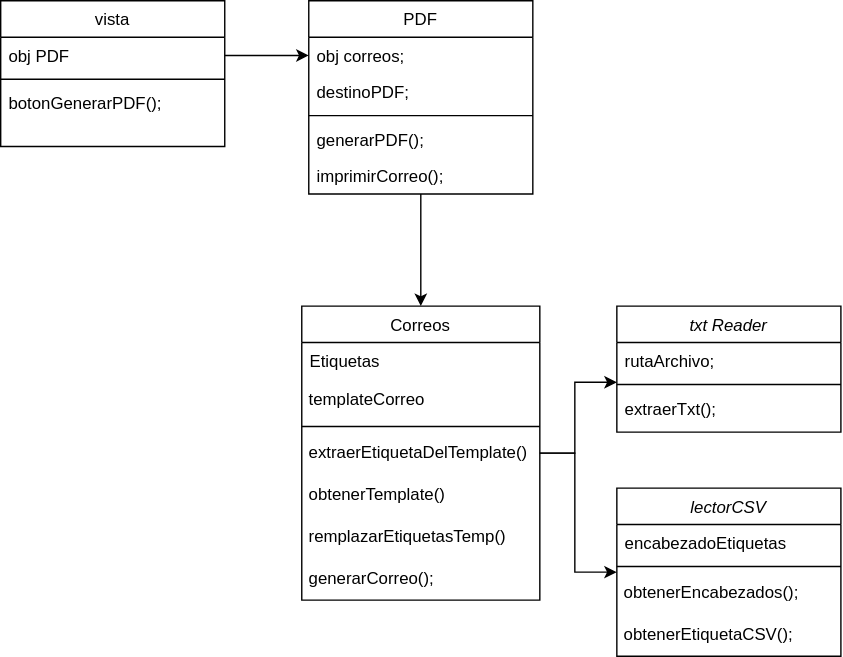
Earlier version of the draw.io export Documentación/Diagrama de clases.svg (MCabbel/PDF-Generator-Arqui). Source tidied: cells renumbered, new cells last; positions are measured from the earlier drawing's top-left corner, leaving out a move shared by most shapes. Its diagram source:
```xml
<mxGraphModel>
  <root>
    <mxCell id="0" />
    <mxCell id="1" parent="0" />
    <mxCell id="2" value="txt Reader" style="swimlane;fontStyle=2;align=center;verticalAlign=top;horizontal=1;startSize=26;rounded=0;shadow=0;strokeWidth=1;" parent="1" vertex="1">
      <mxGeometry x="440" y="218" width="160" height="90" as="geometry" />
    </mxCell>
    <mxCell id="3" value="rutaArchivo;" style="text;align=left;verticalAlign=top;spacingLeft=4;spacingRight=4;overflow=hidden;points=[[0,0.5],[1,0.5]];portConstraint=eastwest;" parent="2" vertex="1">
      <mxGeometry y="26" width="160" height="26" as="geometry" />
    </mxCell>
    <mxCell id="4" style="line;html=1;strokeWidth=1;align=left;verticalAlign=middle;spacingTop=-1;spacingLeft=3;spacingRight=3;labelPosition=right;" parent="2" vertex="1">
      <mxGeometry y="52" width="160" height="8" as="geometry" />
    </mxCell>
    <mxCell id="5" value="extraerTxt();" style="text;align=left;verticalAlign=top;spacingLeft=4;spacingRight=4;overflow=hidden;" parent="2" vertex="1">
      <mxGeometry y="60" width="160" height="26" as="geometry" />
    </mxCell>
    <mxCell id="6" style="edgeStyle=orthogonalEdgeStyle;rounded=0;jettySize=auto;html=1;" parent="1" edge="1" source="7" target="13">
      <mxGeometry relative="1" as="geometry" />
    </mxCell>
    <mxCell id="7" value="PDF" style="swimlane;fontStyle=0;align=center;verticalAlign=top;horizontal=1;startSize=26;rounded=0;shadow=0;strokeWidth=1;" parent="1" vertex="1">
      <mxGeometry x="220" width="160" height="138" as="geometry" />
    </mxCell>
    <mxCell id="8" value="obj correos;" style="text;align=left;verticalAlign=top;spacingLeft=4;spacingRight=4;overflow=hidden;points=[[0,0.5],[1,0.5]];portConstraint=eastwest;" parent="7" vertex="1">
      <mxGeometry y="26" width="160" height="26" as="geometry" />
    </mxCell>
    <mxCell id="9" value="destinoPDF;" style="text;align=left;verticalAlign=top;spacingLeft=4;spacingRight=4;overflow=hidden;rounded=0;shadow=0;html=0;" parent="7" vertex="1">
      <mxGeometry y="52" width="160" height="26" as="geometry" />
    </mxCell>
    <mxCell id="10" style="line;html=1;strokeWidth=1;align=left;verticalAlign=middle;spacingTop=-1;spacingLeft=3;spacingRight=3;labelPosition=right;" parent="7" vertex="1">
      <mxGeometry y="78" width="160" height="8" as="geometry" />
    </mxCell>
    <mxCell id="11" value="generarPDF();" style="text;align=left;verticalAlign=top;spacingLeft=4;spacingRight=4;overflow=hidden;fontStyle=0;" parent="7" vertex="1">
      <mxGeometry y="86" width="160" height="26" as="geometry" />
    </mxCell>
    <mxCell id="12" value="imprimirCorreo();&#10;" style="text;align=left;verticalAlign=top;spacingLeft=4;spacingRight=4;overflow=hidden;" parent="7" vertex="1">
      <mxGeometry y="112" width="160" height="26" as="geometry" />
    </mxCell>
    <mxCell id="13" value="Correos" style="swimlane;fontStyle=0;align=center;verticalAlign=top;horizontal=1;startSize=26;rounded=0;shadow=0;strokeWidth=1;" parent="1" vertex="1">
      <mxGeometry x="215" y="218" width="170" height="210" as="geometry" />
    </mxCell>
    <mxCell id="14" value="Etiquetas" style="text;align=left;verticalAlign=top;spacingLeft=4;spacingRight=4;overflow=hidden;" parent="13" vertex="1">
      <mxGeometry y="26" width="170" height="26" as="geometry" />
    </mxCell>
    <mxCell id="15" value="&amp;nbsp;templateCorreo" style="text;html=1;align=left;verticalAlign=middle;whiteSpace=wrap;rounded=0;" parent="13" vertex="1">
      <mxGeometry y="52" width="170" height="30" as="geometry" />
    </mxCell>
    <mxCell id="16" style="line;html=1;strokeWidth=1;align=left;verticalAlign=middle;spacingTop=-1;spacingLeft=3;spacingRight=3;labelPosition=right;" parent="13" vertex="1">
      <mxGeometry y="82" width="170" height="8" as="geometry" />
    </mxCell>
    <mxCell id="17" value="&amp;nbsp;extraerEtiquetaDelTemplate()" style="text;html=1;align=left;verticalAlign=middle;whiteSpace=wrap;rounded=0;" parent="13" vertex="1">
      <mxGeometry y="90" width="170" height="30" as="geometry" />
    </mxCell>
    <mxCell id="18" value="&amp;nbsp;obtenerTemplate()" style="text;html=1;align=left;verticalAlign=middle;whiteSpace=wrap;rounded=0;" parent="13" vertex="1">
      <mxGeometry y="120" width="170" height="30" as="geometry" />
    </mxCell>
    <mxCell id="19" value="&amp;nbsp;remplazarEtiquetasTemp()" style="text;html=1;align=left;verticalAlign=middle;whiteSpace=wrap;rounded=0;" parent="13" vertex="1">
      <mxGeometry y="150" width="170" height="30" as="geometry" />
    </mxCell>
    <mxCell id="20" value="&amp;nbsp;generarCorreo();" style="text;html=1;align=left;verticalAlign=middle;whiteSpace=wrap;rounded=0;" parent="13" vertex="1">
      <mxGeometry y="180" width="170" height="30" as="geometry" />
    </mxCell>
    <mxCell id="21" value="lectorCSV" style="swimlane;fontStyle=2;align=center;verticalAlign=top;horizontal=1;startSize=26;rounded=0;shadow=0;strokeWidth=1;" parent="1" vertex="1">
      <mxGeometry x="440" y="348" width="160" height="120" as="geometry" />
    </mxCell>
    <mxCell id="22" value="encabezadoEtiquetas" style="text;align=left;verticalAlign=top;spacingLeft=4;spacingRight=4;overflow=hidden;" parent="21" vertex="1">
      <mxGeometry y="26" width="160" height="26" as="geometry" />
    </mxCell>
    <mxCell id="23" style="line;html=1;strokeWidth=1;align=left;verticalAlign=middle;spacingTop=-1;spacingLeft=3;spacingRight=3;labelPosition=right;" parent="21" vertex="1">
      <mxGeometry y="52" width="160" height="8" as="geometry" />
    </mxCell>
    <mxCell id="24" value="&amp;nbsp;obtenerEncabezados();" style="text;html=1;align=left;verticalAlign=middle;whiteSpace=wrap;rounded=0;" parent="21" vertex="1">
      <mxGeometry y="60" width="160" height="30" as="geometry" />
    </mxCell>
    <mxCell id="25" value="&amp;nbsp;obtenerEtiquetaCSV();" style="text;html=1;align=left;verticalAlign=middle;whiteSpace=wrap;rounded=0;" parent="21" vertex="1">
      <mxGeometry y="90" width="160" height="30" as="geometry" />
    </mxCell>
    <mxCell id="26" value="vista" style="swimlane;fontStyle=0;align=center;verticalAlign=top;horizontal=1;startSize=26;rounded=0;shadow=0;strokeWidth=1;" parent="1" vertex="1">
      <mxGeometry width="160" height="104" as="geometry" />
    </mxCell>
    <mxCell id="27" value="obj PDF" style="text;align=left;verticalAlign=top;spacingLeft=4;spacingRight=4;overflow=hidden;points=[[0,0.5],[1,0.5]];portConstraint=eastwest;" parent="26" vertex="1">
      <mxGeometry y="26" width="160" height="26" as="geometry" />
    </mxCell>
    <mxCell id="28" style="line;html=1;strokeWidth=1;align=left;verticalAlign=middle;spacingTop=-1;spacingLeft=3;spacingRight=3;labelPosition=right;" parent="26" vertex="1">
      <mxGeometry y="52" width="160" height="8" as="geometry" />
    </mxCell>
    <mxCell id="29" value="botonGenerarPDF();" style="text;align=left;verticalAlign=top;spacingLeft=4;spacingRight=4;overflow=hidden;fontStyle=0;" parent="26" vertex="1">
      <mxGeometry y="60" width="160" height="26" as="geometry" />
    </mxCell>
    <mxCell id="30" style="edgeStyle=orthogonalEdgeStyle;rounded=0;jettySize=auto;html=1;entryX=0;entryY=0.5;entryDx=0;entryDy=0;" parent="1" edge="1" source="27" target="8">
      <mxGeometry relative="1" as="geometry" />
    </mxCell>
    <mxCell id="31" style="edgeStyle=orthogonalEdgeStyle;rounded=0;jettySize=auto;html=1;entryX=0;entryY=1.093;entryDx=0;entryDy=0;entryPerimeter=0;" parent="1" edge="1" source="13" target="3">
      <mxGeometry relative="1" as="geometry">
        <Array as="points">
          <mxPoint x="410" y="323" />
          <mxPoint x="410" y="272" />
        </Array>
      </mxGeometry>
    </mxCell>
    <mxCell id="32" style="edgeStyle=orthogonalEdgeStyle;rounded=0;jettySize=auto;html=1;" parent="1" edge="1" source="17">
      <mxGeometry relative="1" as="geometry">
        <mxPoint x="440" y="408" as="targetPoint" />
        <Array as="points">
          <mxPoint x="410" y="323" />
          <mxPoint x="410" y="408" />
        </Array>
      </mxGeometry>
    </mxCell>
  </root>
</mxGraphModel>
```
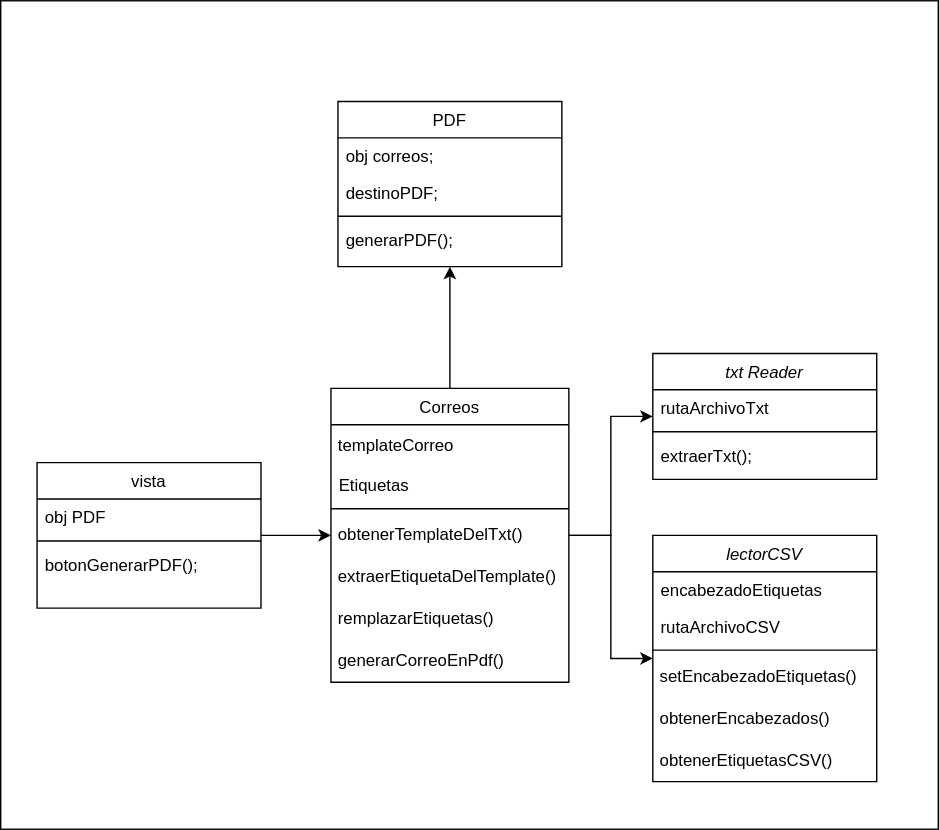
After the change.

Commit message:
Actualización de diagrama de clases (lectorCSV)

Se hiceron cambios en el diagrama de clases, agregando funciones a lectorCSV, al igual que se modificaron  algunas conexiones.

What changed in the source:
```diff
@@ -2,10 +2,13 @@
   <root>
     <mxCell id="0" />
     <mxCell id="1" parent="0" />
+    <mxCell id="33" style="rounded=0;whiteSpace=wrap;html=1;" parent="1" vertex="1">
+      <mxGeometry x="-26" y="-34" width="670" height="592" as="geometry" />
+    </mxCell>
     <mxCell id="2" value="txt Reader" style="swimlane;fontStyle=2;align=center;verticalAlign=top;horizontal=1;startSize=26;rounded=0;shadow=0;strokeWidth=1;" parent="1" vertex="1">
       <mxGeometry x="440" y="218" width="160" height="90" as="geometry" />
     </mxCell>
-    <mxCell id="3" value="rutaArchivo;" style="text;align=left;verticalAlign=top;spacingLeft=4;spacingRight=4;overflow=hidden;points=[[0,0.5],[1,0.5]];portConstraint=eastwest;" parent="2" vertex="1">
+    <mxCell id="3" value="rutaArchivoTxt" style="text;align=left;verticalAlign=top;spacingLeft=4;spacingRight=4;overflow=hidden;points=[[0,0.5],[1,0.5]];portConstraint=eastwest;" parent="2" vertex="1">
       <mxGeometry y="26" width="160" height="26" as="geometry" />
     </mxCell>
     <mxCell id="4" style="line;html=1;strokeWidth=1;align=left;verticalAlign=middle;spacingTop=-1;spacingLeft=3;spacingRight=3;labelPosition=right;" parent="2" vertex="1">
@@ -14,11 +17,8 @@
     <mxCell id="5" value="extraerTxt();" style="text;align=left;verticalAlign=top;spacingLeft=4;spacingRight=4;overflow=hidden;" parent="2" vertex="1">
       <mxGeometry y="60" width="160" height="26" as="geometry" />
     </mxCell>
-    <mxCell id="6" style="edgeStyle=orthogonalEdgeStyle;rounded=0;jettySize=auto;html=1;" parent="1" edge="1" source="7" target="13">
-      <mxGeometry relative="1" as="geometry" />
-    </mxCell>
     <mxCell id="7" value="PDF" style="swimlane;fontStyle=0;align=center;verticalAlign=top;horizontal=1;startSize=26;rounded=0;shadow=0;strokeWidth=1;" parent="1" vertex="1">
-      <mxGeometry x="220" width="160" height="138" as="geometry" />
+      <mxGeometry x="215" y="38" width="160" height="118" as="geometry" />
     </mxCell>
     <mxCell id="8" value="obj correos;" style="text;align=left;verticalAlign=top;spacingLeft=4;spacingRight=4;overflow=hidden;points=[[0,0.5],[1,0.5]];portConstraint=eastwest;" parent="7" vertex="1">
       <mxGeometry y="26" width="160" height="26" as="geometry" />
@@ -32,50 +32,65 @@
     <mxCell id="11" value="generarPDF();" style="text;align=left;verticalAlign=top;spacingLeft=4;spacingRight=4;overflow=hidden;fontStyle=0;" parent="7" vertex="1">
       <mxGeometry y="86" width="160" height="26" as="geometry" />
     </mxCell>
-    <mxCell id="12" value="imprimirCorreo();&#10;" style="text;align=left;verticalAlign=top;spacingLeft=4;spacingRight=4;overflow=hidden;" parent="7" vertex="1">
-      <mxGeometry y="112" width="160" height="26" as="geometry" />
-    </mxCell>
+    <mxCell id="34" style="edgeStyle=orthogonalEdgeStyle;rounded=0;jettySize=auto;html=1;" parent="1" edge="1" source="13" target="7">
+      <mxGeometry relative="1" as="geometry" />
+    </mxCell>
+    <mxCell id="35" style="edgeStyle=orthogonalEdgeStyle;rounded=0;jettySize=auto;html=1;" parent="1" edge="1" source="13" target="21">
+      <mxGeometry relative="1" as="geometry" />
+    </mxCell>
+    <mxCell id="36" style="edgeStyle=orthogonalEdgeStyle;rounded=0;jettySize=auto;html=1;" parent="1" edge="1" source="13" target="2">
+      <mxGeometry relative="1" as="geometry" />
+    </mxCell>
     <mxCell id="13" value="Correos" style="swimlane;fontStyle=0;align=center;verticalAlign=top;horizontal=1;startSize=26;rounded=0;shadow=0;strokeWidth=1;" parent="1" vertex="1">
-      <mxGeometry x="215" y="218" width="170" height="210" as="geometry" />
+      <mxGeometry x="210" y="243" width="170" height="210" as="geometry" />
     </mxCell>
+    <mxCell id="15" value="&amp;nbsp;templateCorreo" style="text;html=1;align=left;verticalAlign=middle;whiteSpace=wrap;rounded=0;" parent="13" vertex="1">
+      <mxGeometry y="26" width="170" height="30" as="geometry" />
+    </mxCell>
     <mxCell id="14" value="Etiquetas" style="text;align=left;verticalAlign=top;spacingLeft=4;spacingRight=4;overflow=hidden;" parent="13" vertex="1">
-      <mxGeometry y="26" width="170" height="26" as="geometry" />
+      <mxGeometry y="56" width="170" height="26" as="geometry" />
     </mxCell>
-    <mxCell id="15" value="&amp;nbsp;templateCorreo" style="text;html=1;align=left;verticalAlign=middle;whiteSpace=wrap;rounded=0;" parent="13" vertex="1">
-      <mxGeometry y="52" width="170" height="30" as="geometry" />
-    </mxCell>
     <mxCell id="16" style="line;html=1;strokeWidth=1;align=left;verticalAlign=middle;spacingTop=-1;spacingLeft=3;spacingRight=3;labelPosition=right;" parent="13" vertex="1">
       <mxGeometry y="82" width="170" height="8" as="geometry" />
     </mxCell>
+    <mxCell id="18" value="&amp;nbsp;obtenerTemplateDelTxt()" style="text;html=1;align=left;verticalAlign=middle;whiteSpace=wrap;rounded=0;" parent="13" vertex="1">
+      <mxGeometry y="90" width="170" height="30" as="geometry" />
+    </mxCell>
     <mxCell id="17" value="&amp;nbsp;extraerEtiquetaDelTemplate()" style="text;html=1;align=left;verticalAlign=middle;whiteSpace=wrap;rounded=0;" parent="13" vertex="1">
-      <mxGeometry y="90" width="170" height="30" as="geometry" />
+      <mxGeometry y="120" width="170" height="30" as="geometry" />
     </mxCell>
-    <mxCell id="18" value="&amp;nbsp;obtenerTemplate()" style="text;html=1;align=left;verticalAlign=middle;whiteSpace=wrap;rounded=0;" parent="13" vertex="1">
-      <mxGeometry y="120" width="170" height="30" as="geometry" />
-    </mxCell>
-    <mxCell id="19" value="&amp;nbsp;remplazarEtiquetasTemp()" style="text;html=1;align=left;verticalAlign=middle;whiteSpace=wrap;rounded=0;" parent="13" vertex="1">
-      <mxGeometry y="150" width="170" height="30" as="geometry" />
-    </mxCell>
+    <mxCell id="37" value="&amp;nbsp;remplazarEtiquetas()" style="text;html=1;align=left;verticalAlign=middle;whiteSpace=wrap;rounded=0;" parent="13" vertex="1">
+      <mxGeometry y="150" width="170" height="30" as="geometry" />
+    </mxCell>
-    <mxCell id="20" value="&amp;nbsp;generarCorreo();" style="text;html=1;align=left;verticalAlign=middle;whiteSpace=wrap;rounded=0;" parent="13" vertex="1">
+    <mxCell id="20" value="&amp;nbsp;generarCorreoEnPdf()" style="text;html=1;align=left;verticalAlign=middle;whiteSpace=wrap;rounded=0;" parent="13" vertex="1">
       <mxGeometry y="180" width="170" height="30" as="geometry" />
     </mxCell>
     <mxCell id="21" value="lectorCSV" style="swimlane;fontStyle=2;align=center;verticalAlign=top;horizontal=1;startSize=26;rounded=0;shadow=0;strokeWidth=1;" parent="1" vertex="1">
-      <mxGeometry x="440" y="348" width="160" height="120" as="geometry" />
+      <mxGeometry x="440" y="348" width="160" height="176" as="geometry" />
     </mxCell>
     <mxCell id="22" value="encabezadoEtiquetas" style="text;align=left;verticalAlign=top;spacingLeft=4;spacingRight=4;overflow=hidden;" parent="21" vertex="1">
       <mxGeometry y="26" width="160" height="26" as="geometry" />
     </mxCell>
+    <mxCell id="38" value="rutaArchivoCSV" style="text;align=left;verticalAlign=top;spacingLeft=4;spacingRight=4;overflow=hidden;" parent="21" vertex="1">
+      <mxGeometry y="52" width="160" height="26" as="geometry" />
+    </mxCell>
     <mxCell id="23" style="line;html=1;strokeWidth=1;align=left;verticalAlign=middle;spacingTop=-1;spacingLeft=3;spacingRight=3;labelPosition=right;" parent="21" vertex="1">
-      <mxGeometry y="52" width="160" height="8" as="geometry" />
+      <mxGeometry y="78" width="160" height="8" as="geometry" />
     </mxCell>
+    <mxCell id="39" value="&amp;nbsp;setEncabezadoEtiquetas()" style="text;html=1;align=left;verticalAlign=middle;whiteSpace=wrap;rounded=0;" parent="21" vertex="1">
+      <mxGeometry y="86" width="160" height="30" as="geometry" />
+    </mxCell>
-    <mxCell id="24" value="&amp;nbsp;obtenerEncabezados();" style="text;html=1;align=left;verticalAlign=middle;whiteSpace=wrap;rounded=0;" parent="21" vertex="1">
-      <mxGeometry y="60" width="160" height="30" as="geometry" />
+    <mxCell id="24" value="&amp;nbsp;obtenerEncabezados()" style="text;html=1;align=left;verticalAlign=middle;whiteSpace=wrap;rounded=0;" parent="21" vertex="1">
+      <mxGeometry y="116" width="160" height="30" as="geometry" />
     </mxCell>
-    <mxCell id="25" value="&amp;nbsp;obtenerEtiquetaCSV();" style="text;html=1;align=left;verticalAlign=middle;whiteSpace=wrap;rounded=0;" parent="21" vertex="1">
-      <mxGeometry y="90" width="160" height="30" as="geometry" />
+    <mxCell id="25" value="&amp;nbsp;obtenerEtiquetasCSV()" style="text;html=1;align=left;verticalAlign=middle;whiteSpace=wrap;rounded=0;" parent="21" vertex="1">
+      <mxGeometry y="146" width="160" height="30" as="geometry" />
     </mxCell>
+    <mxCell id="40" style="edgeStyle=orthogonalEdgeStyle;rounded=0;jettySize=auto;html=1;" parent="1" edge="1" source="26" target="13">
+      <mxGeometry relative="1" as="geometry" />
+    </mxCell>
     <mxCell id="26" value="vista" style="swimlane;fontStyle=0;align=center;verticalAlign=top;horizontal=1;startSize=26;rounded=0;shadow=0;strokeWidth=1;" parent="1" vertex="1">
-      <mxGeometry width="160" height="104" as="geometry" />
+      <mxGeometry y="296" width="160" height="104" as="geometry" />
     </mxCell>
     <mxCell id="27" value="obj PDF" style="text;align=left;verticalAlign=top;spacingLeft=4;spacingRight=4;overflow=hidden;points=[[0,0.5],[1,0.5]];portConstraint=eastwest;" parent="26" vertex="1">
       <mxGeometry y="26" width="160" height="26" as="geometry" />
@@ -86,25 +101,5 @@
     <mxCell id="29" value="botonGenerarPDF();" style="text;align=left;verticalAlign=top;spacingLeft=4;spacingRight=4;overflow=hidden;fontStyle=0;" parent="26" vertex="1">
       <mxGeometry y="60" width="160" height="26" as="geometry" />
     </mxCell>
-    <mxCell id="30" style="edgeStyle=orthogonalEdgeStyle;rounded=0;jettySize=auto;html=1;entryX=0;entryY=0.5;entryDx=0;entryDy=0;" parent="1" edge="1" source="27" target="8">
-      <mxGeometry relative="1" as="geometry" />
-    </mxCell>
-    <mxCell id="31" style="edgeStyle=orthogonalEdgeStyle;rounded=0;jettySize=auto;html=1;entryX=0;entryY=1.093;entryDx=0;entryDy=0;entryPerimeter=0;" parent="1" edge="1" source="13" target="3">
-      <mxGeometry relative="1" as="geometry">
-        <Array as="points">
-          <mxPoint x="410" y="323" />
-          <mxPoint x="410" y="272" />
-        </Array>
-      </mxGeometry>
-    </mxCell>
-    <mxCell id="32" style="edgeStyle=orthogonalEdgeStyle;rounded=0;jettySize=auto;html=1;" parent="1" edge="1" source="17">
-      <mxGeometry relative="1" as="geometry">
-        <mxPoint x="440" y="408" as="targetPoint" />
-        <Array as="points">
-          <mxPoint x="410" y="323" />
-          <mxPoint x="410" y="408" />
-        </Array>
-      </mxGeometry>
-    </mxCell>
   </root>
 </mxGraphModel>
```
